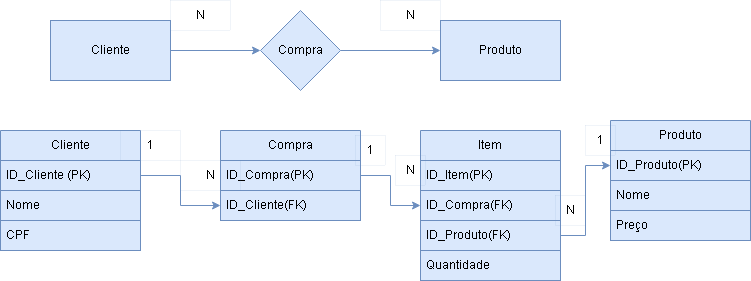
This is BancoDeDados/3 aula/clienteProduto.drawio.png from EwertonLira/introdu-o-Github, a draw.io export, as it was before one commit. Source tidied: cells renumbered, new cells last; positions are measured from the earlier drawing's top-left corner, leaving out a move shared by most shapes.
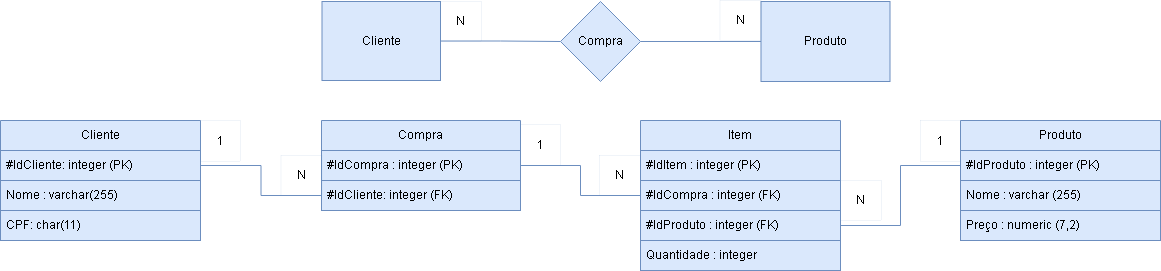
After the change.

Diff of the diagram source:
```diff
@@ -2,101 +2,101 @@
   <root>
     <mxCell id="0" />
     <mxCell id="1" parent="0" />
-    <mxCell id="2" style="edgeStyle=orthogonalEdgeStyle;rounded=0;jettySize=auto;html=1;exitX=1;exitY=0.5;exitDx=0;exitDy=0;entryX=0;entryY=0.5;entryDx=0;entryDy=0;fillColor=#dae8fc;strokeColor=#6c8ebf;" parent="1" edge="1" source="3" target="6">
+    <mxCell id="2" style="edgeStyle=orthogonalEdgeStyle;rounded=0;jettySize=auto;html=1;exitX=1;exitY=0.5;exitDx=0;exitDy=0;entryX=0;entryY=0.5;entryDx=0;entryDy=0;fillColor=#dae8fc;strokeColor=#6c8ebf;endArrow=none;endFill=0;" parent="1" edge="1" source="3" target="6">
       <mxGeometry relative="1" as="geometry" />
     </mxCell>
     <mxCell id="3" value="Cliente" style="rounded=0;whiteSpace=wrap;html=1;fillColor=#dae8fc;strokeColor=#6c8ebf;" parent="1" vertex="1">
-      <mxGeometry x="50" y="20" width="120" height="60" as="geometry" />
+      <mxGeometry x="220.5" y="-10" width="118.5" height="79" as="geometry" />
     </mxCell>
     <mxCell id="4" value="Produto" style="rounded=0;whiteSpace=wrap;html=1;fillColor=#dae8fc;strokeColor=#6c8ebf;" parent="1" vertex="1">
-      <mxGeometry x="440" y="20" width="120" height="60" as="geometry" />
+      <mxGeometry x="659.5" y="-10" width="129" height="80" as="geometry" />
     </mxCell>
-    <mxCell id="5" style="edgeStyle=orthogonalEdgeStyle;rounded=0;jettySize=auto;html=1;exitX=1;exitY=0.5;exitDx=0;exitDy=0;entryX=0;entryY=0.5;entryDx=0;entryDy=0;fillColor=#dae8fc;strokeColor=#6c8ebf;" parent="1" edge="1" source="6" target="4">
+    <mxCell id="5" style="edgeStyle=orthogonalEdgeStyle;rounded=0;jettySize=auto;html=1;exitX=1;exitY=0.5;exitDx=0;exitDy=0;entryX=0;entryY=0.5;entryDx=0;entryDy=0;fillColor=#dae8fc;strokeColor=#6c8ebf;endArrow=none;endFill=0;" parent="1" edge="1" source="6" target="4">
       <mxGeometry relative="1" as="geometry" />
     </mxCell>
     <mxCell id="6" value="Compra" style="rhombus;whiteSpace=wrap;html=1;fillColor=#dae8fc;strokeColor=#6c8ebf;" parent="1" vertex="1">
-      <mxGeometry x="260" y="10" width="80" height="80" as="geometry" />
+      <mxGeometry x="459" y="-10" width="80" height="80" as="geometry" />
     </mxCell>
-    <mxCell id="7" value="N" style="text;html=1;strokeColor=#6c8ebf;fillColor=none;align=center;verticalAlign=middle;whiteSpace=wrap;rounded=0;strokeWidth=0;" parent="1" vertex="1">
-      <mxGeometry x="380" width="60" height="30" as="geometry" />
-    </mxCell>
-    <mxCell id="8" value="N" style="text;html=1;strokeColor=#6c8ebf;fillColor=none;align=center;verticalAlign=middle;whiteSpace=wrap;rounded=0;strokeWidth=0;" parent="1" vertex="1">
-      <mxGeometry x="170" width="60" height="30" as="geometry" />
-    </mxCell>
     <mxCell id="9" value="Cliente" style="swimlane;fontStyle=0;horizontal=1;startSize=30;whiteSpace=wrap;html=1;fillColor=#dae8fc;strokeColor=#6c8ebf;" parent="1" vertex="1">
-      <mxGeometry y="130" width="140" height="120" as="geometry" />
+      <mxGeometry x="-101" y="109" width="200" height="120" as="geometry" />
     </mxCell>
-    <mxCell id="10" value="ID_Cliente (PK)" style="text;strokeColor=#6c8ebf;fillColor=#dae8fc;align=left;verticalAlign=middle;spacingLeft=4;spacingRight=4;overflow=hidden;points=[[0,0.5],[1,0.5]];portConstraint=eastwest;whiteSpace=wrap;html=1;" parent="9" vertex="1">
-      <mxGeometry y="30" width="140" height="30" as="geometry" />
+    <mxCell id="10" value="#IdCliente: integer (PK)" style="text;strokeColor=#6c8ebf;fillColor=#dae8fc;align=left;verticalAlign=middle;spacingLeft=4;spacingRight=4;overflow=hidden;points=[[0,0.5],[1,0.5]];portConstraint=eastwest;whiteSpace=wrap;html=1;" parent="9" vertex="1">
+      <mxGeometry y="30" width="200" height="30" as="geometry" />
     </mxCell>
-    <mxCell id="11" value="Nome" style="text;strokeColor=#6c8ebf;fillColor=#dae8fc;align=left;verticalAlign=middle;spacingLeft=4;spacingRight=4;overflow=hidden;whiteSpace=wrap;html=1;" parent="9" vertex="1">
-      <mxGeometry y="60" width="140" height="30" as="geometry" />
+    <mxCell id="11" value="Nome : varchar(255)" style="text;strokeColor=#6c8ebf;fillColor=#dae8fc;align=left;verticalAlign=middle;spacingLeft=4;spacingRight=4;overflow=hidden;whiteSpace=wrap;html=1;" parent="9" vertex="1">
+      <mxGeometry y="60" width="200" height="30" as="geometry" />
     </mxCell>
-    <mxCell id="12" value="CPF" style="text;strokeColor=#6c8ebf;fillColor=#dae8fc;align=left;verticalAlign=middle;spacingLeft=4;spacingRight=4;overflow=hidden;whiteSpace=wrap;html=1;" parent="9" vertex="1">
-      <mxGeometry y="90" width="140" height="30" as="geometry" />
+    <mxCell id="12" value="CPF: char(11)" style="text;strokeColor=#6c8ebf;fillColor=#dae8fc;align=left;verticalAlign=middle;spacingLeft=4;spacingRight=4;overflow=hidden;whiteSpace=wrap;html=1;" parent="9" vertex="1">
+      <mxGeometry y="90" width="200" height="30" as="geometry" />
     </mxCell>
     <mxCell id="13" value="Compra" style="swimlane;fontStyle=0;horizontal=1;startSize=30;whiteSpace=wrap;html=1;fillColor=#dae8fc;strokeColor=#6c8ebf;" parent="1" vertex="1">
-      <mxGeometry x="220" y="130" width="140" height="90" as="geometry" />
+      <mxGeometry x="220" y="109" width="199" height="90" as="geometry" />
     </mxCell>
-    <mxCell id="14" value="ID_Compra(PK)" style="text;strokeColor=#6c8ebf;fillColor=#dae8fc;align=left;verticalAlign=middle;spacingLeft=4;spacingRight=4;overflow=hidden;points=[[0,0.5],[1,0.5]];portConstraint=eastwest;whiteSpace=wrap;html=1;" parent="13" vertex="1">
-      <mxGeometry y="30" width="140" height="30" as="geometry" />
+    <mxCell id="14" value="#IdCompra : integer (PK)" style="text;strokeColor=#6c8ebf;fillColor=#dae8fc;align=left;verticalAlign=middle;spacingLeft=4;spacingRight=4;overflow=hidden;points=[[0,0.5],[1,0.5]];portConstraint=eastwest;whiteSpace=wrap;html=1;" parent="13" vertex="1">
+      <mxGeometry y="30" width="199" height="30" as="geometry" />
     </mxCell>
-    <mxCell id="15" value="ID_Cliente(FK)" style="text;strokeColor=#6c8ebf;fillColor=#dae8fc;align=left;verticalAlign=middle;spacingLeft=4;spacingRight=4;overflow=hidden;points=[[0,0.5],[1,0.5]];portConstraint=eastwest;whiteSpace=wrap;html=1;" parent="13" vertex="1">
-      <mxGeometry y="60" width="140" height="30" as="geometry" />
+    <mxCell id="15" value="#IdCliente: integer (FK)" style="text;strokeColor=#6c8ebf;fillColor=#dae8fc;align=left;verticalAlign=middle;spacingLeft=4;spacingRight=4;overflow=hidden;points=[[0,0.5],[1,0.5]];portConstraint=eastwest;whiteSpace=wrap;html=1;" parent="13" vertex="1">
+      <mxGeometry y="60" width="199" height="30" as="geometry" />
     </mxCell>
     <mxCell id="16" value="Produto" style="swimlane;fontStyle=0;horizontal=1;startSize=30;whiteSpace=wrap;html=1;fillColor=#dae8fc;strokeColor=#6c8ebf;" parent="1" vertex="1">
-      <mxGeometry x="610" y="120" width="140" height="120" as="geometry" />
+      <mxGeometry x="859" y="109" width="200" height="120" as="geometry" />
     </mxCell>
-    <mxCell id="17" value="ID_Produto(PK)" style="text;strokeColor=#6c8ebf;fillColor=#dae8fc;align=left;verticalAlign=middle;spacingLeft=4;spacingRight=4;overflow=hidden;points=[[0,0.5],[1,0.5]];portConstraint=eastwest;whiteSpace=wrap;html=1;" parent="16" vertex="1">
-      <mxGeometry y="30" width="140" height="30" as="geometry" />
+    <mxCell id="17" value="#IdProduto : integer (PK)" style="text;strokeColor=#6c8ebf;fillColor=#dae8fc;align=left;verticalAlign=middle;spacingLeft=4;spacingRight=4;overflow=hidden;points=[[0,0.5],[1,0.5]];portConstraint=eastwest;whiteSpace=wrap;html=1;" parent="16" vertex="1">
+      <mxGeometry y="30" width="200" height="30" as="geometry" />
     </mxCell>
-    <mxCell id="18" value="Nome" style="text;strokeColor=#6c8ebf;fillColor=#dae8fc;align=left;verticalAlign=middle;spacingLeft=4;spacingRight=4;overflow=hidden;whiteSpace=wrap;html=1;" parent="16" vertex="1">
-      <mxGeometry y="60" width="140" height="30" as="geometry" />
+    <mxCell id="18" value="Nome : varchar (255)" style="text;strokeColor=#6c8ebf;fillColor=#dae8fc;align=left;verticalAlign=middle;spacingLeft=4;spacingRight=4;overflow=hidden;whiteSpace=wrap;html=1;" parent="16" vertex="1">
+      <mxGeometry y="60" width="200" height="30" as="geometry" />
     </mxCell>
-    <mxCell id="19" value="Preço" style="text;strokeColor=#6c8ebf;fillColor=#dae8fc;align=left;verticalAlign=middle;spacingLeft=4;spacingRight=4;overflow=hidden;whiteSpace=wrap;html=1;" parent="16" vertex="1">
-      <mxGeometry y="90" width="140" height="30" as="geometry" />
+    <mxCell id="19" value="Preço : numeric (7,2)" style="text;strokeColor=#6c8ebf;fillColor=#dae8fc;align=left;verticalAlign=middle;spacingLeft=4;spacingRight=4;overflow=hidden;whiteSpace=wrap;html=1;" parent="16" vertex="1">
+      <mxGeometry y="90" width="200" height="30" as="geometry" />
     </mxCell>
-    <mxCell id="20" style="edgeStyle=orthogonalEdgeStyle;rounded=0;jettySize=auto;html=1;exitX=1;exitY=0.5;exitDx=0;exitDy=0;fillColor=#dae8fc;strokeColor=#6c8ebf;" parent="1" edge="1" source="10" target="15">
+    <mxCell id="20" style="edgeStyle=orthogonalEdgeStyle;rounded=0;jettySize=auto;html=1;exitX=1;exitY=0.5;exitDx=0;exitDy=0;fillColor=#dae8fc;strokeColor=#6c8ebf;endArrow=none;endFill=0;" parent="1" edge="1" source="10" target="15">
       <mxGeometry relative="1" as="geometry" />
     </mxCell>
     <mxCell id="21" value="1" style="text;html=1;strokeColor=#6c8ebf;fillColor=none;align=center;verticalAlign=middle;whiteSpace=wrap;rounded=0;strokeWidth=0;" parent="1" vertex="1">
-      <mxGeometry x="120" y="130" width="60" height="30" as="geometry" />
+      <mxGeometry x="99" y="109" width="40" height="41" as="geometry" />
     </mxCell>
     <mxCell id="22" value="N" style="text;html=1;strokeColor=#6c8ebf;fillColor=none;align=center;verticalAlign=middle;whiteSpace=wrap;rounded=0;strokeWidth=0;" parent="1" vertex="1">
-      <mxGeometry x="180" y="160" width="60" height="30" as="geometry" />
+      <mxGeometry x="179.5" y="144" width="41" height="40" as="geometry" />
     </mxCell>
     <mxCell id="23" value="Item" style="swimlane;fontStyle=0;horizontal=1;startSize=30;whiteSpace=wrap;html=1;fillColor=#dae8fc;strokeColor=#6c8ebf;" parent="1" vertex="1">
-      <mxGeometry x="420" y="130" width="140" height="150" as="geometry" />
+      <mxGeometry x="539" y="109" width="200" height="150" as="geometry" />
     </mxCell>
-    <mxCell id="24" value="ID_Item(PK)" style="text;strokeColor=#6c8ebf;fillColor=#dae8fc;align=left;verticalAlign=middle;spacingLeft=4;spacingRight=4;overflow=hidden;whiteSpace=wrap;html=1;" parent="23" vertex="1">
-      <mxGeometry y="30" width="140" height="30" as="geometry" />
+    <mxCell id="24" value="#IdItem : integer (PK)" style="text;strokeColor=#6c8ebf;fillColor=#dae8fc;align=left;verticalAlign=middle;spacingLeft=4;spacingRight=4;overflow=hidden;whiteSpace=wrap;html=1;" parent="23" vertex="1">
+      <mxGeometry y="30" width="200" height="30" as="geometry" />
     </mxCell>
-    <mxCell id="25" value="ID_Compra(FK)" style="text;strokeColor=#6c8ebf;fillColor=#dae8fc;align=left;verticalAlign=middle;spacingLeft=4;spacingRight=4;overflow=hidden;points=[[0,0.5],[1,0.5]];portConstraint=eastwest;whiteSpace=wrap;html=1;" parent="23" vertex="1">
-      <mxGeometry y="60" width="140" height="30" as="geometry" />
+    <mxCell id="25" value="#IdCompra&amp;nbsp;: integer (FK)" style="text;strokeColor=#6c8ebf;fillColor=#dae8fc;align=left;verticalAlign=middle;spacingLeft=4;spacingRight=4;overflow=hidden;points=[[0,0.5],[1,0.5]];portConstraint=eastwest;whiteSpace=wrap;html=1;" parent="23" vertex="1">
+      <mxGeometry y="60" width="200" height="30" as="geometry" />
     </mxCell>
-    <mxCell id="26" value="ID_Produto(FK)" style="text;strokeColor=#6c8ebf;fillColor=#dae8fc;align=left;verticalAlign=middle;spacingLeft=4;spacingRight=4;overflow=hidden;points=[[0,0.5],[1,0.5]];portConstraint=eastwest;whiteSpace=wrap;html=1;" parent="23" vertex="1">
-      <mxGeometry y="90" width="140" height="30" as="geometry" />
+    <mxCell id="26" value="#IdProduto&amp;nbsp;: integer (FK)" style="text;strokeColor=#6c8ebf;fillColor=#dae8fc;align=left;verticalAlign=middle;spacingLeft=4;spacingRight=4;overflow=hidden;points=[[0,0.5],[1,0.5]];portConstraint=eastwest;whiteSpace=wrap;html=1;" parent="23" vertex="1">
+      <mxGeometry y="90" width="200" height="30" as="geometry" />
     </mxCell>
-    <mxCell id="27" value="Quantidade" style="text;strokeColor=#6c8ebf;fillColor=#dae8fc;align=left;verticalAlign=middle;spacingLeft=4;spacingRight=4;overflow=hidden;whiteSpace=wrap;html=1;" parent="23" vertex="1">
-      <mxGeometry y="120" width="140" height="30" as="geometry" />
+    <mxCell id="27" value="Quantidade : integer" style="text;strokeColor=#6c8ebf;fillColor=#dae8fc;align=left;verticalAlign=middle;spacingLeft=4;spacingRight=4;overflow=hidden;whiteSpace=wrap;html=1;" parent="23" vertex="1">
+      <mxGeometry y="120" width="200" height="30" as="geometry" />
     </mxCell>
-    <mxCell id="28" style="edgeStyle=orthogonalEdgeStyle;rounded=0;jettySize=auto;html=1;exitX=1;exitY=0.5;exitDx=0;exitDy=0;fillColor=#dae8fc;strokeColor=#6c8ebf;" parent="1" edge="1" source="14" target="25">
+    <mxCell id="28" style="edgeStyle=orthogonalEdgeStyle;rounded=0;jettySize=auto;html=1;exitX=1;exitY=0.5;exitDx=0;exitDy=0;fillColor=#dae8fc;strokeColor=#6c8ebf;endArrow=none;endFill=0;" parent="1" edge="1" source="14" target="25">
       <mxGeometry relative="1" as="geometry" />
     </mxCell>
-    <mxCell id="29" style="edgeStyle=orthogonalEdgeStyle;rounded=0;jettySize=auto;html=1;exitX=1;exitY=0.5;exitDx=0;exitDy=0;fillColor=#dae8fc;strokeColor=#6c8ebf;" parent="1" edge="1" source="26" target="17">
+    <mxCell id="29" style="edgeStyle=orthogonalEdgeStyle;rounded=0;jettySize=auto;html=1;exitX=1;exitY=0.5;exitDx=0;exitDy=0;fillColor=#dae8fc;strokeColor=#6c8ebf;endArrow=none;endFill=0;" parent="1" edge="1" source="26" target="17">
       <mxGeometry relative="1" as="geometry" />
     </mxCell>
-    <mxCell id="30" value="1" style="text;html=1;align=center;verticalAlign=middle;strokeColor=#6c8ebf;fillColor=none;strokeWidth=0;" parent="1" vertex="1">
-      <mxGeometry x="355" y="135" width="30" height="30" as="geometry" />
-    </mxCell>
-    <mxCell id="31" value="N" style="text;html=1;align=center;verticalAlign=middle;strokeColor=#6c8ebf;fillColor=none;strokeWidth=0;" parent="1" vertex="1">
-      <mxGeometry x="395" y="155" width="30" height="30" as="geometry" />
-    </mxCell>
-    <mxCell id="32" value="1" style="text;html=1;align=center;verticalAlign=middle;strokeColor=#6c8ebf;fillColor=none;strokeWidth=0;" parent="1" vertex="1">
-      <mxGeometry x="585" y="125" width="30" height="30" as="geometry" />
-    </mxCell>
-    <mxCell id="33" value="N" style="text;html=1;align=center;verticalAlign=middle;strokeColor=#6c8ebf;fillColor=none;strokeWidth=0;" parent="1" vertex="1">
-      <mxGeometry x="555" y="195" width="30" height="30" as="geometry" />
-    </mxCell>
+    <mxCell id="34" value="1" style="text;html=1;strokeColor=#6c8ebf;fillColor=none;align=center;verticalAlign=middle;whiteSpace=wrap;rounded=0;strokeWidth=0;" parent="1" vertex="1">
+      <mxGeometry x="419" y="113" width="40" height="41" as="geometry" />
+    </mxCell>
+    <mxCell id="35" value="N" style="text;html=1;strokeColor=#6c8ebf;fillColor=none;align=center;verticalAlign=middle;whiteSpace=wrap;rounded=0;strokeWidth=0;" parent="1" vertex="1">
+      <mxGeometry x="498" y="144" width="41" height="40" as="geometry" />
+    </mxCell>
+    <mxCell id="36" value="N" style="text;html=1;strokeColor=#6c8ebf;fillColor=none;align=center;verticalAlign=middle;whiteSpace=wrap;rounded=0;strokeWidth=0;" parent="1" vertex="1">
+      <mxGeometry x="739" y="169" width="41" height="40" as="geometry" />
+    </mxCell>
+    <mxCell id="37" value="1" style="text;html=1;strokeColor=#6c8ebf;fillColor=none;align=center;verticalAlign=middle;whiteSpace=wrap;rounded=0;strokeWidth=0;" parent="1" vertex="1">
+      <mxGeometry x="819" y="109" width="40" height="41" as="geometry" />
+    </mxCell>
+    <mxCell id="38" value="N" style="text;html=1;strokeColor=#6c8ebf;fillColor=none;align=center;verticalAlign=middle;whiteSpace=wrap;rounded=0;strokeWidth=0;" parent="1" vertex="1">
+      <mxGeometry x="339" y="-10" width="41" height="40" as="geometry" />
+    </mxCell>
+    <mxCell id="39" value="N" style="text;html=1;strokeColor=#6c8ebf;fillColor=none;align=center;verticalAlign=middle;whiteSpace=wrap;rounded=0;strokeWidth=0;" parent="1" vertex="1">
+      <mxGeometry x="618.5" y="-11" width="41" height="40" as="geometry" />
+    </mxCell>
   </root>
 </mxGraphModel>
```
